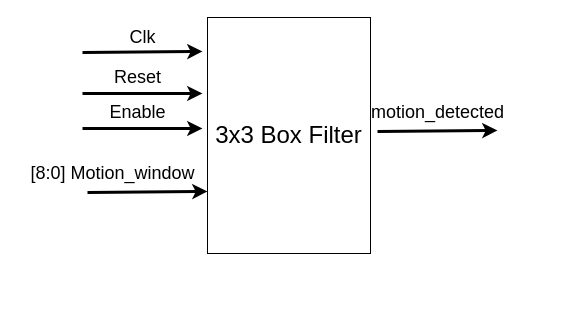
Earlier version of the draw.io diagram drawings/Motion_Overlay.drawio (sabarioded/Hardware_for_Digital_Video_Motion_Detector). Source tidied: cells renumbered, new cells numbered last; positions are measured from the earlier drawing's top-left corner, leaving out a move shared by most shapes. Both pictures are drawn from the tidied source at 100%, with x=0, y=0 at pixel (17, 17).
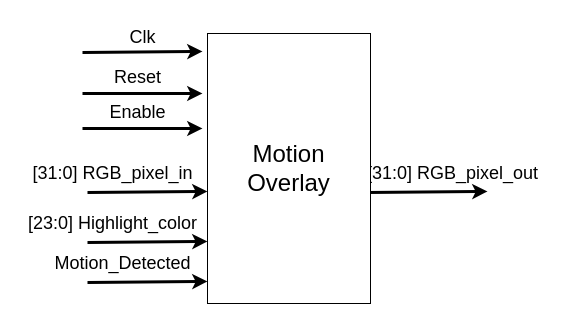
After the change.

Change to the diagram source:
```diff
@@
-    <mxCell id="8" value="&lt;font style=&quot;font-size: 24px;&quot;&gt;3x3 Box Filter&lt;/font&gt;" style="rounded=0;whiteSpace=wrap;html=1;" parent="1" vertex="1">
-      <mxGeometry x="190" width="163" height="236" as="geometry" />
-    </mxCell>
@@
-    <mxCell id="10" value="&lt;span style=&quot;font-size: 18px;&quot;&gt;[8:0] Motion_window&lt;/span&gt;" style="text;html=1;align=center;verticalAlign=middle;strokeColor=none;fillColor=none;" parent="1" vertex="1">
-      <mxGeometry y="136" width="190" height="40" as="geometry" />
+    <mxCell id="10" value="&lt;span style=&quot;font-size: 18px;&quot;&gt;[31:0] RGB_pixel_in&lt;/span&gt;" style="text;html=1;align=center;verticalAlign=middle;strokeColor=none;fillColor=none;" parent="1" vertex="1">
+      <mxGeometry x="5" y="136" width="180" height="40" as="geometry" />
     </mxCell>
     <mxCell id="11" style="endArrow=classic;html=1;rounded=0;strokeWidth=3;" parent="1" edge="1">
       <mxGeometry relative="1" as="geometry">
-        <mxPoint x="360" y="114" as="sourcePoint" />
-        <mxPoint x="480" y="113" as="targetPoint" />
+        <mxPoint x="350" y="175" as="sourcePoint" />
+        <mxPoint x="470" y="174" as="targetPoint" />
       </mxGeometry>
     </mxCell>
-    <mxCell id="12" value="&lt;span style=&quot;font-size: 18px;&quot;&gt;motion_detected&lt;/span&gt;" style="text;html=1;align=center;verticalAlign=middle;strokeColor=none;fillColor=none;" parent="1" vertex="1">
-      <mxGeometry x="340" y="75" width="160" height="40" as="geometry" />
+    <mxCell id="12" value="&lt;span style=&quot;font-size: 18px;&quot;&gt;[31:0] RGB_pixel_out&lt;/span&gt;" style="text;html=1;align=center;verticalAlign=middle;strokeColor=none;fillColor=none;" parent="1" vertex="1">
+      <mxGeometry x="340" y="136" width="190" height="40" as="geometry" />
     </mxCell>
+    <mxCell id="13" value="&lt;font style=&quot;font-size: 24px;&quot;&gt;Motion Overlay&lt;/font&gt;" style="rounded=0;whiteSpace=wrap;html=1;" parent="1" vertex="1">
+      <mxGeometry x="190" y="16" width="163" height="270" as="geometry" />
+    </mxCell>
+    <mxCell id="14" style="endArrow=classic;html=1;rounded=0;strokeWidth=3;" parent="1" edge="1">
+      <mxGeometry relative="1" as="geometry">
+        <mxPoint x="70" y="225" as="sourcePoint" />
+        <mxPoint x="190" y="224" as="targetPoint" />
+      </mxGeometry>
+    </mxCell>
+    <mxCell id="15" value="&lt;span style=&quot;font-size: 18px;&quot;&gt;[23:0] Highlight_color&lt;/span&gt;" style="text;html=1;align=center;verticalAlign=middle;strokeColor=none;fillColor=none;" parent="1" vertex="1">
+      <mxGeometry y="186" width="190" height="40" as="geometry" />
+    </mxCell>
+    <mxCell id="16" style="endArrow=classic;html=1;rounded=0;strokeWidth=3;" parent="1" edge="1">
+      <mxGeometry relative="1" as="geometry">
+        <mxPoint x="70" y="265" as="sourcePoint" />
+        <mxPoint x="190" y="264" as="targetPoint" />
+      </mxGeometry>
+    </mxCell>
+    <mxCell id="17" value="&lt;span style=&quot;font-size: 18px;&quot;&gt;Motion_Detected&lt;/span&gt;" style="text;html=1;align=center;verticalAlign=middle;strokeColor=none;fillColor=none;" parent="1" vertex="1">
+      <mxGeometry x="25" y="226" width="160" height="40" as="geometry" />
+    </mxCell>
```
